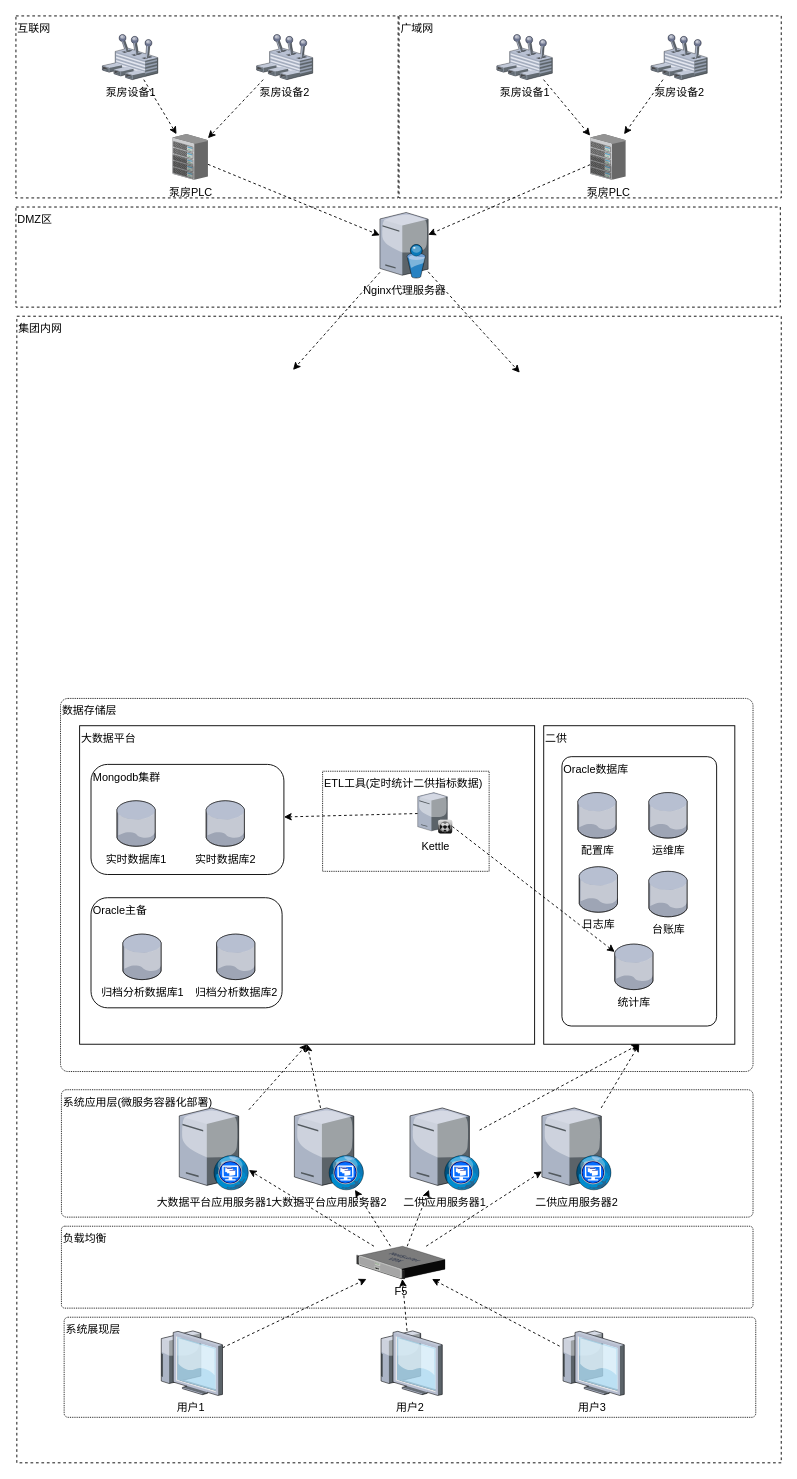
lpeng589/draw keeps this draw.io diagram as page "排水部署图" (7 of 7) of 二供ER图.drawio. Above is the earlier version. Source tidied: cells renumbered, new cells numbered last; positions are measured from the earlier drawing's top-left corner, leaving out a move shared by most shapes. Both pictures are drawn from the tidied source at 91%, with x=0, y=0 at pixel (15, 15).
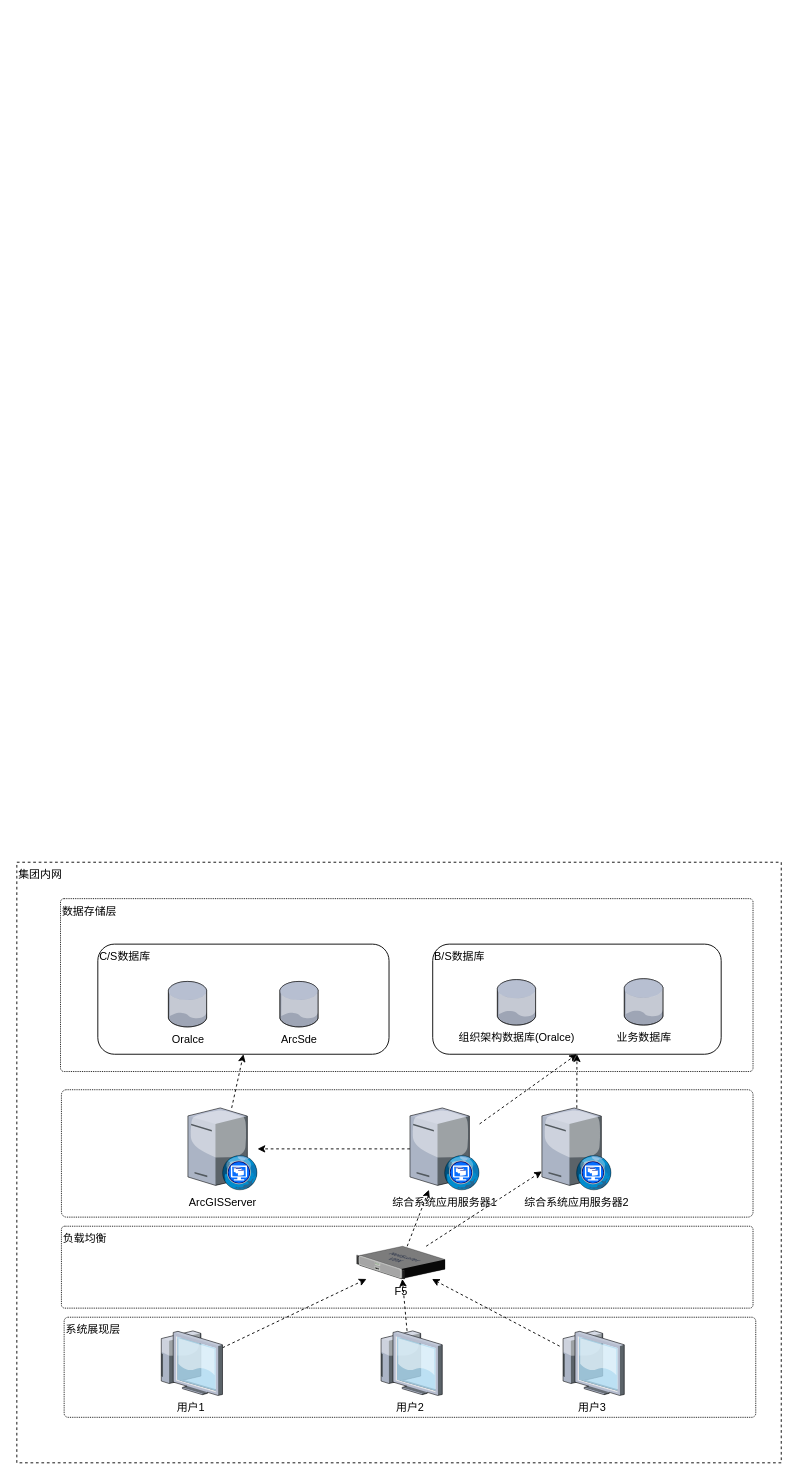
Above is the later version.

The change refers to these unchanged cells:
```xml
<mxCell id="46" value="F5" style="verticalLabelPosition=bottom;html=1;verticalAlign=top;strokeColor=none;align=center;outlineConnect=0;shape=mxgraph.citrix.netscaler_vpx;" parent="1" vertex="1">
  <mxGeometry x="374.5" y="1352" width="97" height="36" as="geometry" />
</mxCell>
```

Diff of the diagram source:
```diff
@@
     <mxCell id="2" value="集团内网" style="rounded=0;whiteSpace=wrap;html=1;align=left;verticalAlign=top;dashed=1;" parent="1" vertex="1">
-      <mxGeometry x="1" y="330" width="840" height="1260" as="geometry" />
+      <mxGeometry x="1" y="930" width="840" height="660" as="geometry" />
     </mxCell>
-    <mxCell id="3" value="广域网" style="rounded=0;whiteSpace=wrap;html=1;align=left;verticalAlign=top;dashed=1;" parent="1" vertex="1">
-      <mxGeometry x="421" width="420" height="200" as="geometry" />
-    </mxCell>
-    <mxCell id="4" value="互联网" style="rounded=0;whiteSpace=wrap;html=1;align=left;verticalAlign=top;dashed=1;" parent="1" vertex="1">
-      <mxGeometry width="420" height="200" as="geometry" />
-    </mxCell>
-    <mxCell id="5" style="edgeStyle=none;rounded=0;jettySize=auto;html=1;dashed=1;startArrow=none;startFill=0;" parent="1" edge="1" source="6" target="61">
-      <mxGeometry relative="1" as="geometry" />
-    </mxCell>
-    <mxCell id="6" value="泵房设备1" style="verticalLabelPosition=bottom;html=1;verticalAlign=top;strokeColor=none;align=center;outlineConnect=0;shape=mxgraph.citrix.user_control;" parent="1" vertex="1">
-      <mxGeometry x="528.5" y="20" width="61" height="50" as="geometry" />
-    </mxCell>
-    <mxCell id="7" style="edgeStyle=none;rounded=0;jettySize=auto;html=1;dashed=1;startArrow=none;startFill=0;" parent="1" edge="1" source="8" target="61">
-      <mxGeometry relative="1" as="geometry" />
-    </mxCell>
-    <mxCell id="8" value="泵房设备2" style="verticalLabelPosition=bottom;html=1;verticalAlign=top;strokeColor=none;align=center;outlineConnect=0;shape=mxgraph.citrix.user_control;" parent="1" vertex="1">
-      <mxGeometry x="698" y="20" width="61.7" height="50" as="geometry" />
-    </mxCell>
-    <mxCell id="9" value="DMZ区" style="rounded=0;whiteSpace=wrap;html=1;align=left;verticalAlign=top;dashed=1;" parent="1" vertex="1">
-      <mxGeometry y="210" width="840" height="110" as="geometry" />
-    </mxCell>
-    <mxCell id="10" style="edgeStyle=none;rounded=0;jettySize=auto;html=1;dashed=1;startArrow=none;startFill=0;" parent="1" edge="1" source="12">
-      <mxGeometry relative="1" as="geometry">
-        <mxPoint x="304.5" y="389" as="targetPoint" />
-      </mxGeometry>
-    </mxCell>
-    <mxCell id="11" style="edgeStyle=none;rounded=0;jettySize=auto;html=1;dashed=1;startArrow=none;startFill=0;" parent="1" edge="1" source="12">
-      <mxGeometry relative="1" as="geometry">
-        <mxPoint x="553.7" y="392" as="targetPoint" />
-      </mxGeometry>
-    </mxCell>
-    <mxCell id="12" value="Nginx代理服务器" style="verticalLabelPosition=bottom;html=1;verticalAlign=top;strokeColor=none;align=center;outlineConnect=0;shape=mxgraph.citrix.directory_server;" parent="1" vertex="1">
-      <mxGeometry x="400" y="216" width="53" height="72" as="geometry" />
-    </mxCell>
     <mxCell id="13" value="数据存储层" style="rounded=1;whiteSpace=wrap;html=1;align=left;verticalAlign=top;arcSize=2;dashed=1;dashPattern=1 1;" parent="1" vertex="1">
-      <mxGeometry x="49" y="750" width="761" height="410" as="geometry" />
+      <mxGeometry x="49" y="970" width="761" height="190" as="geometry" />
     </mxCell>
-    <mxCell id="14" value="大数据平台" style="rounded=0;whiteSpace=wrap;html=1;align=left;verticalAlign=top;" parent="1" vertex="1">
-      <mxGeometry x="70" y="780" width="500" height="350" as="geometry" />
-    </mxCell>
-    <mxCell id="15" value="Mongodb集群" style="rounded=1;whiteSpace=wrap;html=1;align=left;verticalAlign=top;" parent="1" vertex="1">
-      <mxGeometry x="82.5" y="822.5" width="212" height="121" as="geometry" />
+    <mxCell id="15" value="C/S数据库" style="rounded=1;whiteSpace=wrap;html=1;align=left;verticalAlign=top;" parent="1" vertex="1">
+      <mxGeometry x="90" y="1020" width="320" height="121" as="geometry" />
     </mxCell>
-    <mxCell id="16" value="Oracle主备" style="rounded=1;whiteSpace=wrap;html=1;align=left;verticalAlign=top;" parent="1" vertex="1">
-      <mxGeometry x="82.5" y="969" width="210" height="121" as="geometry" />
+    <mxCell id="16" value="B/S数据库" style="rounded=1;whiteSpace=wrap;html=1;align=left;verticalAlign=top;" parent="1" vertex="1">
+      <mxGeometry x="458" y="1020" width="317" height="121" as="geometry" />
     </mxCell>
-    <mxCell id="17" value="实时数据库1" style="verticalLabelPosition=bottom;html=1;verticalAlign=top;strokeColor=none;align=center;shape=mxgraph.citrix.database;" parent="1" vertex="1">
-      <mxGeometry x="111" y="862.5" width="42.5" height="50" as="geometry" />
+    <mxCell id="17" value="ArcSde" style="verticalLabelPosition=bottom;html=1;verticalAlign=top;strokeColor=none;align=center;shape=mxgraph.citrix.database;" parent="1" vertex="1">
+      <mxGeometry x="290" y="1061" width="42.5" height="50" as="geometry" />
     </mxCell>
-    <mxCell id="18" value="实时数据库2" style="verticalLabelPosition=bottom;html=1;verticalAlign=top;strokeColor=none;align=center;shape=mxgraph.citrix.database;" parent="1" vertex="1">
-      <mxGeometry x="209" y="862.5" width="42.5" height="50" as="geometry" />
+    <mxCell id="18" value="Oralce" style="verticalLabelPosition=bottom;html=1;verticalAlign=top;strokeColor=none;align=center;shape=mxgraph.citrix.database;" parent="1" vertex="1">
+      <mxGeometry x="167.5" y="1061" width="42.5" height="50" as="geometry" />
     </mxCell>
-    <mxCell id="19" value="归档分析数据库1" style="verticalLabelPosition=bottom;html=1;verticalAlign=top;strokeColor=none;align=center;shape=mxgraph.citrix.database;" parent="1" vertex="1">
-      <mxGeometry x="117.5" y="1009" width="42.5" height="50" as="geometry" />
+    <mxCell id="19" value="组织架构数据库(Oralce)" style="verticalLabelPosition=bottom;html=1;verticalAlign=top;strokeColor=none;align=center;shape=mxgraph.citrix.database;" parent="1" vertex="1">
+      <mxGeometry x="529" y="1059" width="42.5" height="50" as="geometry" />
     </mxCell>
-    <mxCell id="20" value="归档分析数据库2" style="verticalLabelPosition=bottom;html=1;verticalAlign=top;strokeColor=none;align=center;shape=mxgraph.citrix.database;" parent="1" vertex="1">
-      <mxGeometry x="220.5" y="1009" width="42.5" height="50" as="geometry" />
+    <mxCell id="20" value="业务数据库" style="verticalLabelPosition=bottom;html=1;verticalAlign=top;strokeColor=none;align=center;shape=mxgraph.citrix.database;" parent="1" vertex="1">
+      <mxGeometry x="668.5" y="1058" width="43" height="51" as="geometry" />
     </mxCell>
-    <mxCell id="21" value="ETL工具(定时统计二供指标数据)" style="rounded=0;whiteSpace=wrap;html=1;align=left;verticalAlign=top;dashed=1;dashPattern=1 1;" parent="1" vertex="1">
-      <mxGeometry x="337" y="830" width="183" height="110" as="geometry" />
-    </mxCell>
-    <mxCell id="22" value="二供" style="rounded=0;whiteSpace=wrap;html=1;align=left;verticalAlign=top;" parent="1" vertex="1">
-      <mxGeometry x="580" y="780" width="210" height="350" as="geometry" />
-    </mxCell>
-    <mxCell id="23" value="Oracle数据库" style="rounded=1;whiteSpace=wrap;html=1;align=left;verticalAlign=top;arcSize=6;" parent="1" vertex="1">
-      <mxGeometry x="600" y="814" width="170" height="296" as="geometry" />
-    </mxCell>
-    <mxCell id="24" value="配置库" style="verticalLabelPosition=bottom;html=1;verticalAlign=top;strokeColor=none;align=center;shape=mxgraph.citrix.database;" parent="1" vertex="1">
-      <mxGeometry x="617.5" y="853.5" width="42.5" height="50" as="geometry" />
-    </mxCell>
-    <mxCell id="25" value="运维库" style="verticalLabelPosition=bottom;html=1;verticalAlign=top;strokeColor=none;align=center;shape=mxgraph.citrix.database;" parent="1" vertex="1">
-      <mxGeometry x="695.5" y="853.5" width="42.5" height="50" as="geometry" />
-    </mxCell>
-    <mxCell id="26" value="日志库" style="verticalLabelPosition=bottom;html=1;verticalAlign=top;strokeColor=none;align=center;shape=mxgraph.citrix.database;" parent="1" vertex="1">
-      <mxGeometry x="619" y="935" width="42.5" height="50" as="geometry" />
-    </mxCell>
-    <mxCell id="27" value="台账库" style="verticalLabelPosition=bottom;html=1;verticalAlign=top;strokeColor=none;align=center;shape=mxgraph.citrix.database;" parent="1" vertex="1">
-      <mxGeometry x="695.5" y="940" width="42.5" height="50" as="geometry" />
-    </mxCell>
-    <mxCell id="28" value="统计库" style="verticalLabelPosition=bottom;html=1;verticalAlign=top;strokeColor=none;align=center;outlineConnect=0;shape=mxgraph.citrix.database;" parent="1" vertex="1">
-      <mxGeometry x="658" y="1020" width="42.5" height="50" as="geometry" />
-    </mxCell>
-    <mxCell id="29" style="edgeStyle=none;rounded=0;jettySize=auto;html=1;dashed=1;startArrow=none;startFill=0;" parent="1" edge="1" source="31" target="15">
-      <mxGeometry relative="1" as="geometry" />
-    </mxCell>
-    <mxCell id="30" style="edgeStyle=none;rounded=0;jettySize=auto;html=1;dashed=1;startArrow=none;startFill=0;" parent="1" edge="1" source="31" target="28">
-      <mxGeometry relative="1" as="geometry" />
-    </mxCell>
-    <mxCell id="31" value="Kettle" style="verticalLabelPosition=bottom;html=1;verticalAlign=top;strokeColor=none;align=center;outlineConnect=0;shape=mxgraph.citrix.xenclient_synchronizer;fillColor=#CCCCCC;gradientColor=#000000;gradientDirection=south;" parent="1" vertex="1">
-      <mxGeometry x="441.5" y="853.5" width="38" height="45" as="geometry" />
-    </mxCell>
-    <mxCell id="32" value="系统应用层(微服务容器化部署)" style="rounded=1;whiteSpace=wrap;html=1;align=left;verticalAlign=top;arcSize=4;dashed=1;dashPattern=1 1;" parent="1" vertex="1">
+    <mxCell id="32" style="rounded=1;whiteSpace=wrap;html=1;align=left;verticalAlign=top;arcSize=4;dashed=1;dashPattern=1 1;" parent="1" vertex="1">
       <mxGeometry x="50" y="1180" width="760" height="140" as="geometry" />
     </mxCell>
-    <mxCell id="33" style="edgeStyle=none;rounded=0;jettySize=auto;html=1;entryX=0.5;entryY=1;entryDx=0;entryDy=0;dashed=1;startArrow=none;startFill=0;" parent="1" edge="1" source="34" target="14">
-      <mxGeometry relative="1" as="geometry" />
-    </mxCell>
-    <mxCell id="34" value="大数据平台应用服务器1" style="verticalLabelPosition=bottom;html=1;verticalAlign=top;strokeColor=none;align=center;outlineConnect=0;shape=mxgraph.citrix.desktop_web;" parent="1" vertex="1">
-      <mxGeometry x="179.5" y="1200" width="76.5" height="90" as="geometry" />
-    </mxCell>
-    <mxCell id="35" style="edgeStyle=none;rounded=0;jettySize=auto;html=1;entryX=0.5;entryY=1;entryDx=0;entryDy=0;dashed=1;startArrow=none;startFill=0;" parent="1" edge="1" source="36" target="14">
+    <mxCell id="35" style="edgeStyle=none;rounded=0;jettySize=auto;html=1;entryX=0.5;entryY=1;entryDx=0;entryDy=0;dashed=1;startArrow=none;startFill=0;" parent="1" edge="1" source="36" target="15">
       <mxGeometry relative="1" as="geometry" />
     </mxCell>
-    <mxCell id="36" value="大数据平台应用服务器2" style="verticalLabelPosition=bottom;html=1;verticalAlign=top;strokeColor=none;align=center;outlineConnect=0;shape=mxgraph.citrix.desktop_web;" parent="1" vertex="1">
-      <mxGeometry x="306" y="1200" width="76.5" height="90" as="geometry" />
+    <mxCell id="36" value="ArcGISServer" style="verticalLabelPosition=bottom;html=1;verticalAlign=top;strokeColor=none;align=center;outlineConnect=0;shape=mxgraph.citrix.desktop_web;" parent="1" vertex="1">
+      <mxGeometry x="189" y="1200" width="76.5" height="90" as="geometry" />
     </mxCell>
-    <mxCell id="37" style="edgeStyle=none;rounded=0;jettySize=auto;html=1;entryX=0.5;entryY=1;entryDx=0;entryDy=0;dashed=1;startArrow=none;startFill=0;" parent="1" edge="1" source="38" target="22">
+    <mxCell id="37" style="edgeStyle=none;rounded=0;jettySize=auto;html=1;entryX=0.5;entryY=1;entryDx=0;entryDy=0;dashed=1;startArrow=none;startFill=0;" parent="1" edge="1" source="38" target="16">
       <mxGeometry relative="1" as="geometry" />
     </mxCell>
+    <mxCell id="62" style="edgeStyle=orthogonalEdgeStyle;rounded=0;jettySize=auto;html=1;fontFamily=Helvetica;fontSize=16;dashed=1;" parent="1" edge="1" source="38" target="36">
+      <mxGeometry relative="1" as="geometry" />
+    </mxCell>
-    <mxCell id="38" value="二供应用服务器1" style="verticalLabelPosition=bottom;html=1;verticalAlign=top;strokeColor=none;align=center;outlineConnect=0;shape=mxgraph.citrix.desktop_web;" parent="1" vertex="1">
+    <mxCell id="38" value="综合系统应用服务器1" style="verticalLabelPosition=bottom;html=1;verticalAlign=top;strokeColor=none;align=center;outlineConnect=0;shape=mxgraph.citrix.desktop_web;" parent="1" vertex="1">
       <mxGeometry x="433" y="1200" width="76.5" height="90" as="geometry" />
     </mxCell>
-    <mxCell id="39" style="edgeStyle=none;rounded=0;jettySize=auto;html=1;entryX=0.5;entryY=1;entryDx=0;entryDy=0;dashed=1;startArrow=none;startFill=0;" parent="1" edge="1" source="40" target="22">
+    <mxCell id="39" style="edgeStyle=none;rounded=0;jettySize=auto;html=1;entryX=0.5;entryY=1;entryDx=0;entryDy=0;dashed=1;startArrow=none;startFill=0;" parent="1" edge="1" source="40" target="16">
       <mxGeometry relative="1" as="geometry" />
     </mxCell>
-    <mxCell id="40" value="二供应用服务器2" style="verticalLabelPosition=bottom;html=1;verticalAlign=top;strokeColor=none;align=center;outlineConnect=0;shape=mxgraph.citrix.desktop_web;" parent="1" vertex="1">
+    <mxCell id="40" value="综合系统应用服务器2" style="verticalLabelPosition=bottom;html=1;verticalAlign=top;strokeColor=none;align=center;outlineConnect=0;shape=mxgraph.citrix.desktop_web;" parent="1" vertex="1">
       <mxGeometry x="578" y="1200" width="76.5" height="90" as="geometry" />
     </mxCell>
@@
-    <mxCell id="42" style="edgeStyle=none;rounded=0;jettySize=auto;html=1;dashed=1;startArrow=none;startFill=0;" parent="1" edge="1" source="46" target="34">
-      <mxGeometry relative="1" as="geometry" />
-    </mxCell>
-    <mxCell id="43" style="edgeStyle=none;rounded=0;jettySize=auto;html=1;dashed=1;startArrow=none;startFill=0;" parent="1" edge="1" source="46" target="36">
-      <mxGeometry relative="1" as="geometry" />
-    </mxCell>
@@
-    <mxCell id="54" style="edgeStyle=none;rounded=0;jettySize=auto;html=1;startArrow=none;startFill=0;dashed=1;" parent="1" edge="1" source="55" target="59">
-      <mxGeometry relative="1" as="geometry" />
-    </mxCell>
-    <mxCell id="55" value="泵房设备1" style="verticalLabelPosition=bottom;html=1;verticalAlign=top;strokeColor=none;align=center;outlineConnect=0;shape=mxgraph.citrix.user_control;" parent="1" vertex="1">
-      <mxGeometry x="95" y="20" width="61" height="50" as="geometry" />
-    </mxCell>
-    <mxCell id="56" style="edgeStyle=none;rounded=0;jettySize=auto;html=1;dashed=1;startArrow=none;startFill=0;" parent="1" edge="1" source="57" target="59">
-      <mxGeometry relative="1" as="geometry" />
-    </mxCell>
-    <mxCell id="57" value="泵房设备2" style="verticalLabelPosition=bottom;html=1;verticalAlign=top;strokeColor=none;align=center;outlineConnect=0;shape=mxgraph.citrix.user_control;" parent="1" vertex="1">
-      <mxGeometry x="264.5" y="20" width="61.7" height="50" as="geometry" />
-    </mxCell>
-    <mxCell id="58" style="edgeStyle=none;rounded=0;jettySize=auto;html=1;dashed=1;startArrow=none;startFill=0;" parent="1" edge="1" source="59" target="12">
-      <mxGeometry relative="1" as="geometry" />
-    </mxCell>
-    <mxCell id="59" value="泵房PLC" style="verticalLabelPosition=bottom;html=1;verticalAlign=top;strokeColor=none;align=center;outlineConnect=0;shape=mxgraph.citrix.chassis;" parent="1" vertex="1">
-      <mxGeometry x="172" y="130" width="39" height="50" as="geometry" />
-    </mxCell>
-    <mxCell id="60" style="edgeStyle=none;rounded=0;jettySize=auto;html=1;dashed=1;startArrow=none;startFill=0;" parent="1" edge="1" source="61" target="12">
-      <mxGeometry relative="1" as="geometry" />
-    </mxCell>
-    <mxCell id="61" value="泵房PLC" style="verticalLabelPosition=bottom;html=1;verticalAlign=top;strokeColor=none;align=center;outlineConnect=0;shape=mxgraph.citrix.chassis;" parent="1" vertex="1">
-      <mxGeometry x="631" y="130" width="39" height="50" as="geometry" />
-    </mxCell>
```
